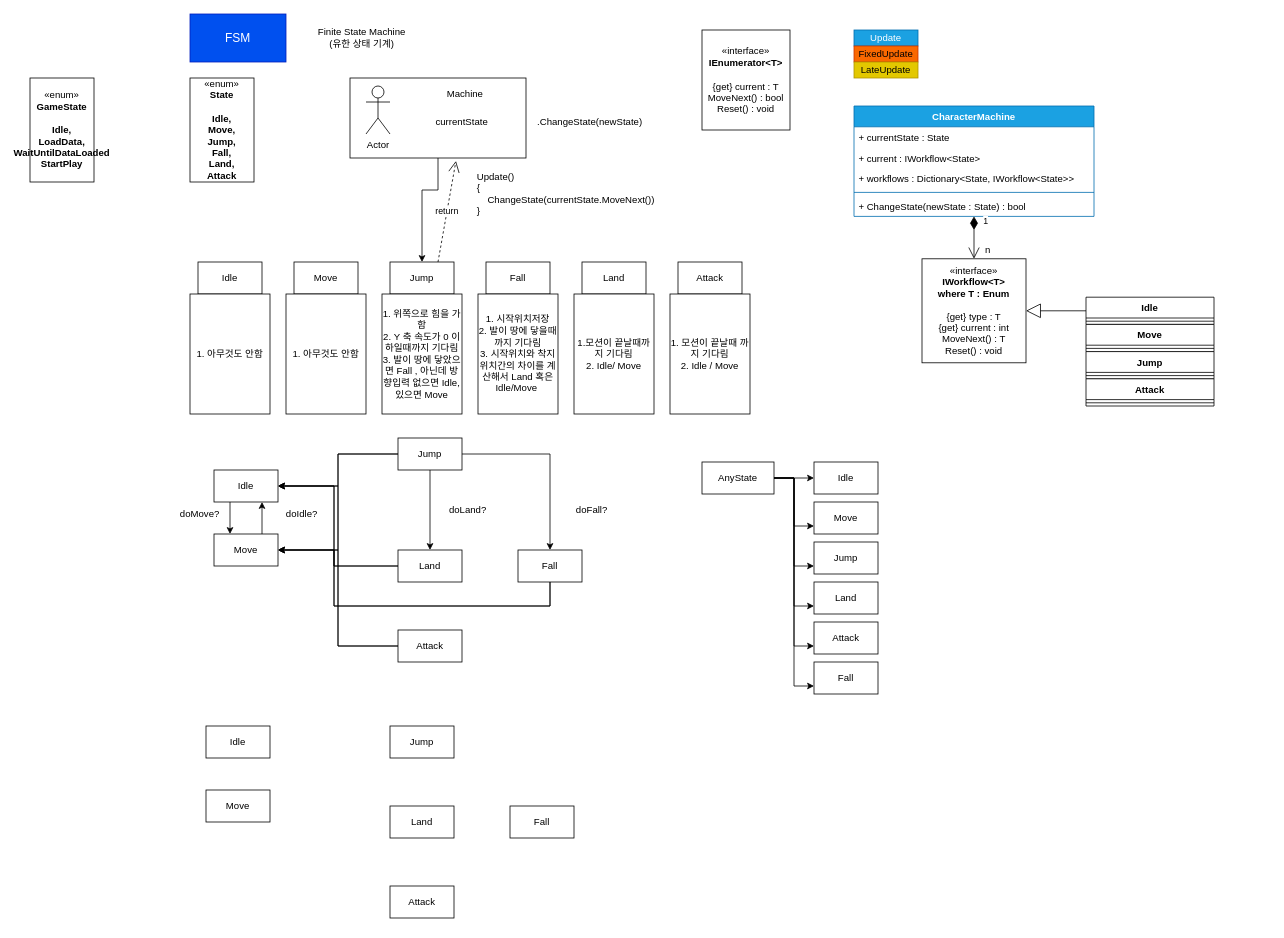
Earlier version of the draw.io diagram Platformer2D/Platformer2DConcept.drawio (luke-youngmin-cho/UnityEngineBasic_9th). Source tidied: cells renumbered, new cells numbered last; positions are measured from the earlier drawing's top-left corner, leaving out a move shared by most shapes. Both pictures are drawn from the tidied source at 80%, with x=0, y=0 at pixel (30, 14).
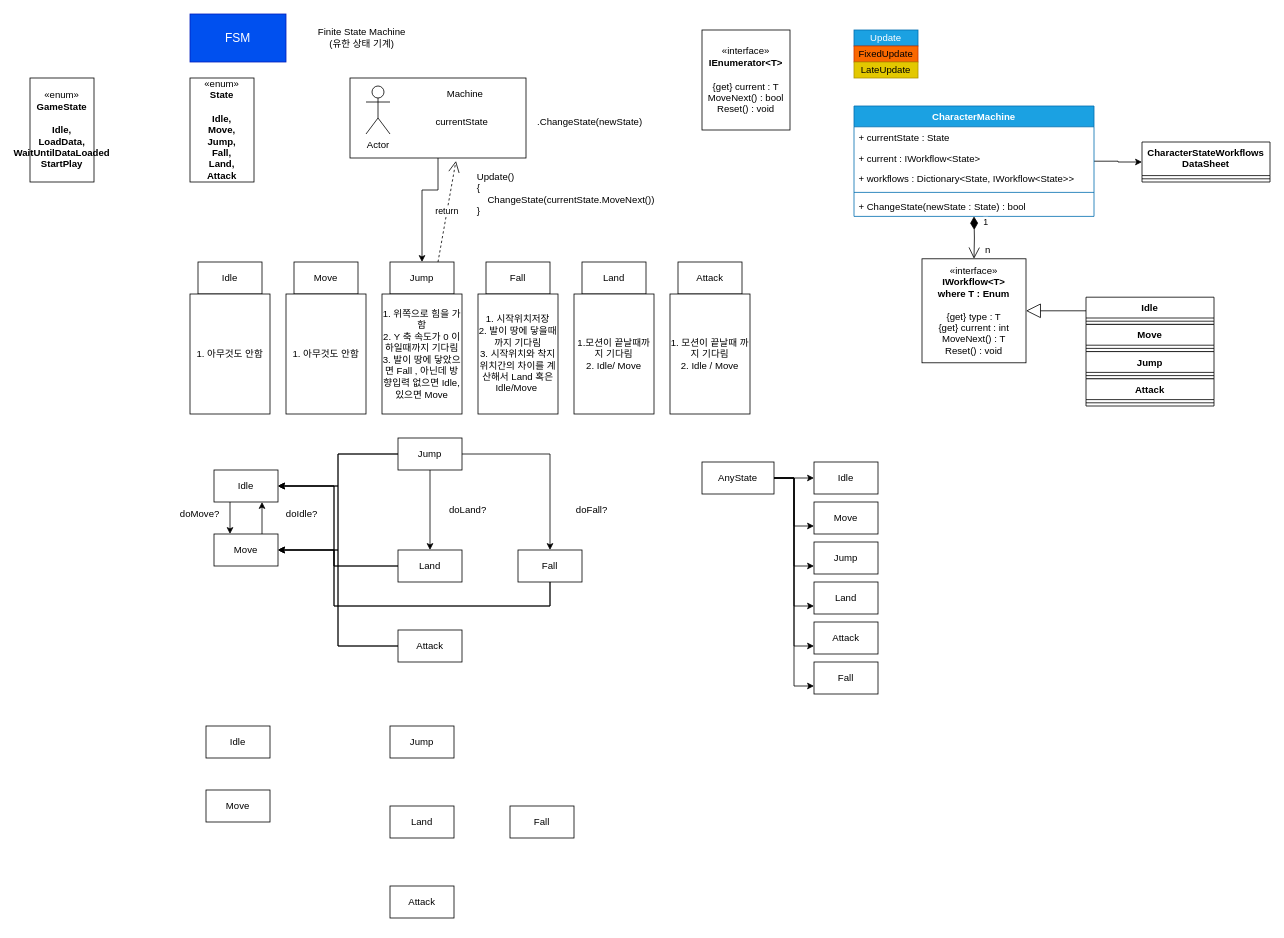
The same page after the edit.

The change refers to these unchanged cells:
```xml
<mxCell id="70" value="«interface»&lt;br&gt;&lt;b&gt;IWorkflow&amp;lt;T&amp;gt;&lt;br&gt;where T : Enum&lt;br&gt;&lt;/b&gt;&lt;br&gt;{get} type : T&lt;br&gt;{get} current : int&lt;br&gt;MoveNext() : T&lt;br&gt;Reset() : void" style="html=1;whiteSpace=wrap;" parent="1" vertex="1">
  <mxGeometry x="1115" y="306" width="130" height="130" as="geometry" />
</mxCell>
<mxCell id="72" value="Idle" style="swimlane;fontStyle=1;align=center;verticalAlign=top;horizontal=1;startSize=26;whiteSpace=wrap;html=1;" parent="1" vertex="1">
  <mxGeometry x="1320" y="354" width="160" height="34" as="geometry" />
</mxCell>
<mxCell id="81" value="CharacterMachine" style="swimlane;fontStyle=1;align=center;verticalAlign=top;horizontal=1;startSize=26;whiteSpace=wrap;html=1;fillColor=#1ba1e2;fontColor=#ffffff;strokeColor=#006EAF;" parent="1" vertex="1">
  <mxGeometry x="1030" y="115" width="300" height="138" as="geometry" />
</mxCell>
```

What changed in the source:
```diff
@@
     <mxCell id="74" style="endArrow=block;endSize=16;endFill=0;html=1;rounded=0;" parent="1" edge="1" source="72" target="70">
-      <mxGeometry relative="1" as="geometry" />
+      <mxGeometry relative="1" as="geometry">
+        <Array as="points">
+          <mxPoint x="1280" y="371" />
+        </Array>
+      </mxGeometry>
     </mxCell>
@@
+    <mxCell id="92" style="edgeStyle=orthogonalEdgeStyle;rounded=0;jettySize=auto;html=1;entryX=0;entryY=0.5;entryDx=0;entryDy=0;" parent="1" edge="1" source="81" target="93">
+      <mxGeometry relative="1" as="geometry" />
+    </mxCell>
@@
-    <mxCell id="87" value="1" style="endArrow=open;html=1;endSize=12;startArrow=diamondThin;startSize=14;startFill=1;edgeStyle=orthogonalEdgeStyle;align=left;verticalAlign=bottom;rounded=0;" parent="1" edge="1" source="81" target="70">
-      <mxGeometry x="-0.42" y="10" relative="1" as="geometry" />
+    <mxCell id="87" value="1" style="endArrow=open;html=1;endSize=12;startArrow=diamondThin;startSize=14;startFill=1;edgeStyle=orthogonalEdgeStyle;align=left;verticalAlign=bottom;rounded=0;" parent="1" edge="1" target="70">
+      <mxGeometry x="-0.42" y="10" relative="1" as="geometry">
+        <mxPoint x="1180" y="253" as="sourcePoint" />
+      </mxGeometry>
     </mxCell>
@@
+    <mxCell id="93" value="CharacterStateWorkflows&lt;br&gt;DataSheet" style="swimlane;fontStyle=1;align=center;verticalAlign=top;horizontal=1;startSize=42;whiteSpace=wrap;html=1;" parent="1" vertex="1">
+      <mxGeometry x="1390" y="160" width="160" height="50" as="geometry" />
+    </mxCell>
+    <mxCell id="94" style="line;strokeWidth=1;fillColor=none;align=left;verticalAlign=middle;spacingTop=-1;spacingLeft=3;spacingRight=3;labelPosition=right;strokeColor=inherit;" parent="93" vertex="1">
+      <mxGeometry y="42" width="160" height="8" as="geometry" />
+    </mxCell>
```
